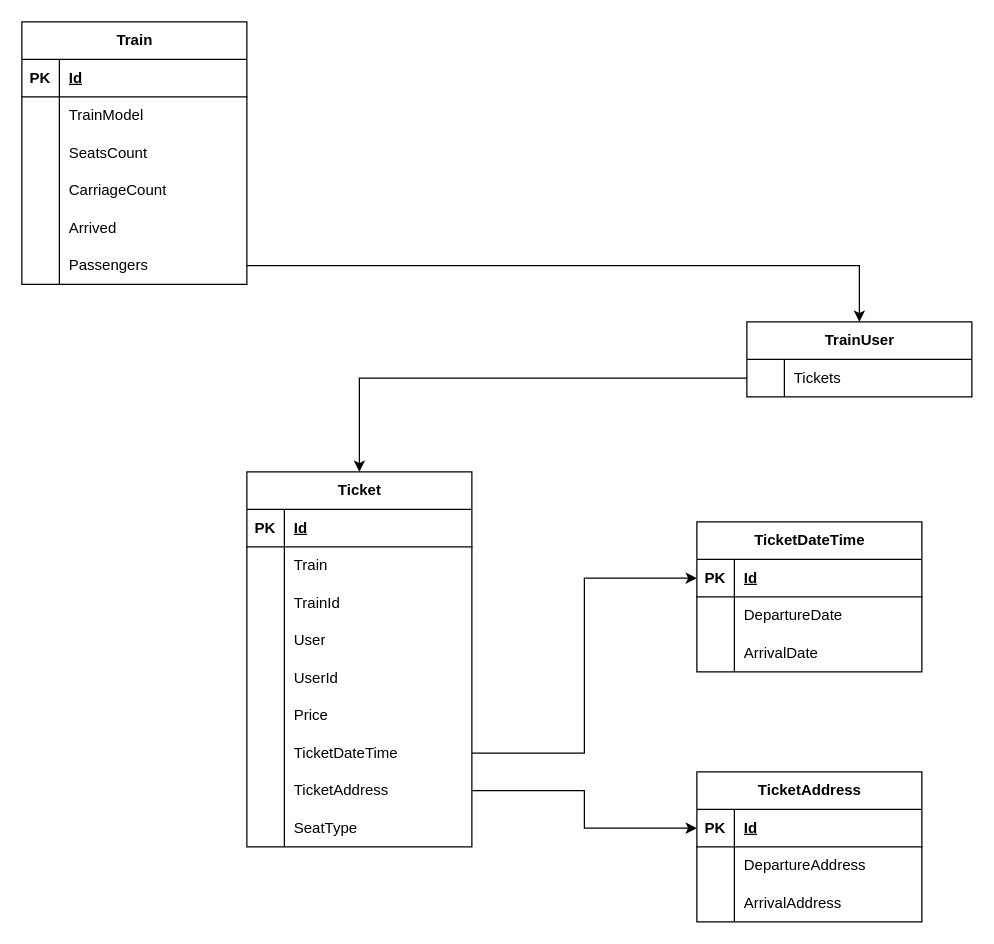
CloudlyFog/TrainManagementSystem keeps this draw.io diagram as docs/trainmanagementsystem.drawio. Above is the earlier version. Source tidied: cells renumbered, new cells numbered last; positions are measured from the earlier drawing's top-left corner, leaving out a move shared by most shapes. Both pictures are drawn from the tidied source at 125%, with x=0, y=0 at pixel (21, 21).
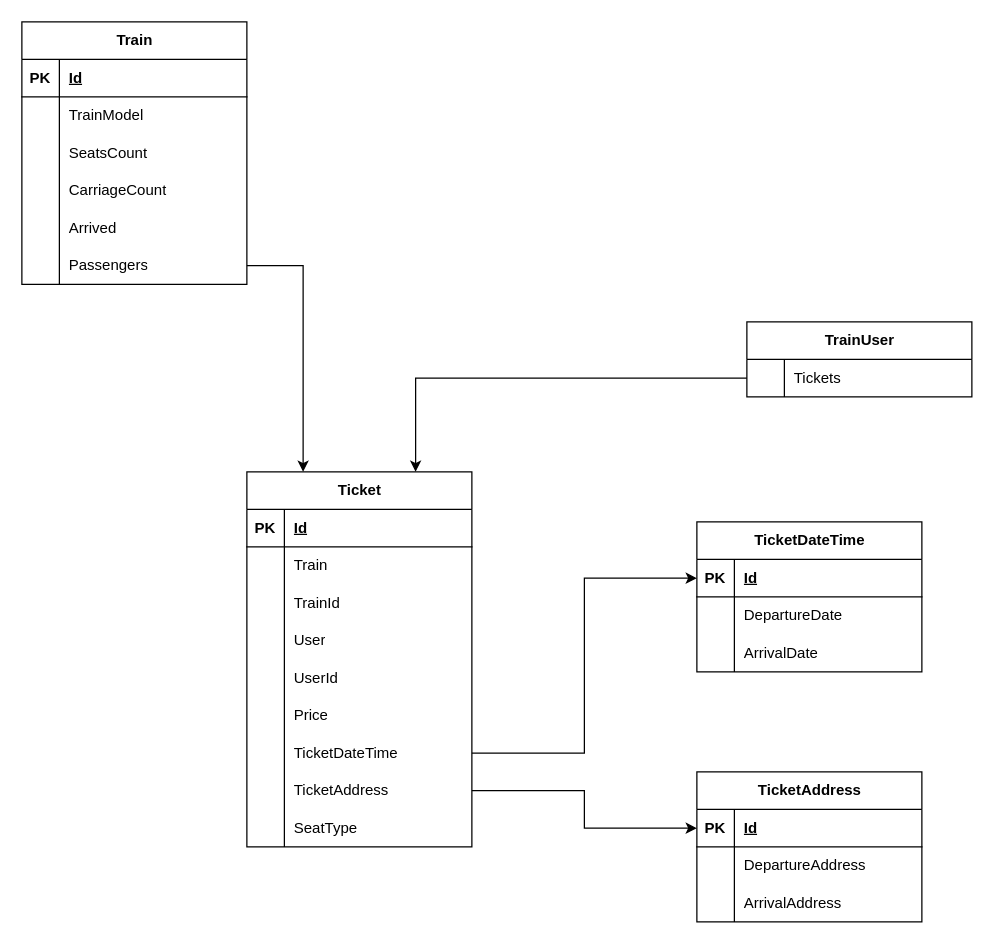
Above is the later version.

The change refers to these unchanged cells:
```xml
<mxCell id="18" style="shape=tableRow;horizontal=0;startSize=0;swimlaneHead=0;swimlaneBody=0;fillColor=none;points=[[0,0.5],[1,0.5]];portConstraint=eastwest;top=0;left=0;right=0;bottom=0;" parent="2" vertex="1">
  <mxGeometry y="180" width="180" height="30" as="geometry" />
</mxCell>
<mxCell id="21" value="TrainUser" style="shape=table;startSize=30;childLayout=tableLayout;rowLines=0;fontStyle=1;align=center;html=1;" parent="1" vertex="1">
  <mxGeometry x="580" y="240" width="180" height="60" as="geometry" />
</mxCell>
<mxCell id="22" style="shape=tableRow;horizontal=0;startSize=0;swimlaneHead=0;swimlaneBody=0;fillColor=none;points=[[0,0.5],[1,0.5]];portConstraint=eastwest;top=0;left=0;right=0;bottom=0;" parent="21" vertex="1">
  <mxGeometry y="30" width="180" height="30" as="geometry" />
</mxCell>
<mxCell id="25" value="Ticket" style="shape=table;startSize=30;childLayout=tableLayout;rowLines=0;fontStyle=1;align=center;html=1;" parent="1" vertex="1">
  <mxGeometry x="180" y="360" width="180" height="300" as="geometry" />
</mxCell>
```

The edit, as a diff of the source:
```diff
@@
-    <mxCell id="53" style="edgeStyle=orthogonalEdgeStyle;rounded=0;jettySize=auto;html=1;exitX=0;exitY=0.5;exitDx=0;exitDy=0;entryX=0.5;entryY=0;entryDx=0;entryDy=0;" parent="1" edge="1" source="22" target="25">
+    <mxCell id="53" style="edgeStyle=orthogonalEdgeStyle;rounded=0;jettySize=auto;html=1;exitX=0;exitY=0.5;exitDx=0;exitDy=0;entryX=0.75;entryY=0;entryDx=0;entryDy=0;" parent="1" edge="1" source="22" target="25">
       <mxGeometry relative="1" as="geometry" />
     </mxCell>
-    <mxCell id="54" style="edgeStyle=orthogonalEdgeStyle;rounded=0;jettySize=auto;html=1;exitX=1;exitY=0.5;exitDx=0;exitDy=0;entryX=0.5;entryY=0;entryDx=0;entryDy=0;" parent="1" edge="1" source="18" target="21">
-      <mxGeometry relative="1" as="geometry" />
-    </mxCell>
@@
+    <mxCell id="77" style="edgeStyle=orthogonalEdgeStyle;rounded=0;jettySize=auto;html=1;exitX=1;exitY=0.5;exitDx=0;exitDy=0;entryX=0.25;entryY=0;entryDx=0;entryDy=0;" parent="1" edge="1" source="18" target="25">
+      <mxGeometry relative="1" as="geometry" />
+    </mxCell>
```
